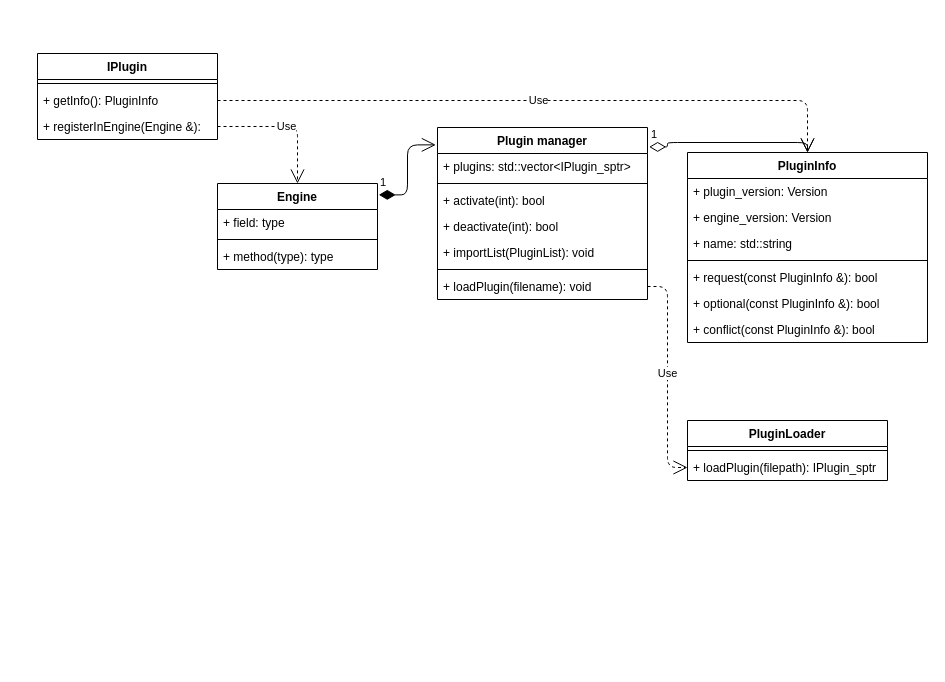
Earlier version of the draw.io diagram Plugins.drawio (iliser/pet). Source tidied: cells renumbered, new cells numbered last; positions are measured from the earlier drawing's top-left corner, leaving out a move shared by most shapes. Both pictures are drawn from the tidied source at 100%, with x=0, y=0 at pixel (37, 53).
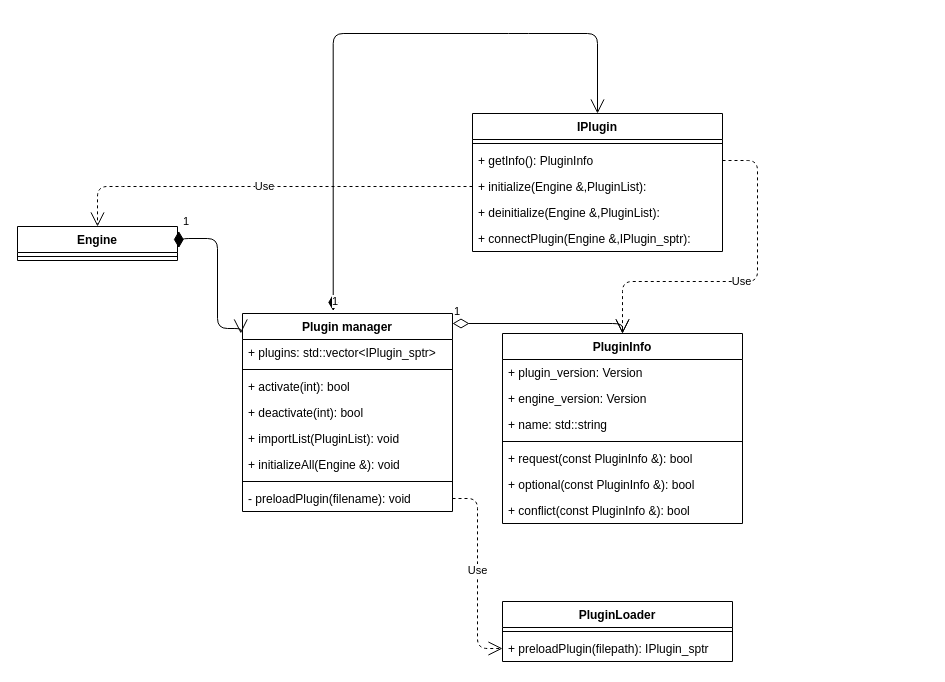
The same diagram, later.

Change to the diagram source:
```diff
@@
     <mxCell id="2" value="PluginInfo" style="swimlane;fontStyle=1;align=center;verticalAlign=top;horizontal=1;startSize=26;" parent="1" vertex="1">
-      <mxGeometry x="650" y="99" width="240" height="190" as="geometry" />
+      <mxGeometry x="465" y="280" width="240" height="190" as="geometry" />
     </mxCell>
@@
-    <mxCell id="10" value="IPlugin" style="swimlane;fontStyle=1;align=center;verticalAlign=top;horizontal=1;startSize=26;" parent="1" vertex="1">
-      <mxGeometry width="180" height="86" as="geometry" />
+    <mxCell id="10" value="IPlugin" style="swimlane;fontStyle=1;align=center;verticalAlign=top;horizontal=1;startSize=26;swimlaneFillColor=none;gradientColor=none;" parent="1" vertex="1">
+      <mxGeometry x="435" y="60" width="250" height="138" as="geometry" />
     </mxCell>
-    <mxCell id="11" style="line;strokeWidth=1;fillColor=none;align=left;verticalAlign=middle;spacingTop=-1;spacingLeft=3;spacingRight=3;labelPosition=right;" parent="10" vertex="1">
-      <mxGeometry y="26" width="180" height="8" as="geometry" />
+    <mxCell id="11" style="line;strokeWidth=1;align=left;verticalAlign=middle;spacingTop=-1;spacingLeft=3;spacingRight=3;labelPosition=right;" parent="10" vertex="1">
+      <mxGeometry y="26" width="250" height="8" as="geometry" />
     </mxCell>
-    <mxCell id="12" value="+ getInfo(): PluginInfo" style="text;strokeColor=none;fillColor=none;align=left;verticalAlign=top;spacingLeft=4;spacingRight=4;overflow=hidden;points=[[0,0.5],[1,0.5]];portConstraint=eastwest;" parent="10" vertex="1">
-      <mxGeometry y="34" width="180" height="26" as="geometry" />
+    <mxCell id="12" value="+ getInfo(): PluginInfo" style="text;align=left;verticalAlign=top;spacingLeft=4;spacingRight=4;overflow=hidden;points=[[0,0.5],[1,0.5]];portConstraint=eastwest;" parent="10" vertex="1">
+      <mxGeometry y="34" width="250" height="26" as="geometry" />
     </mxCell>
-    <mxCell id="13" value="+ registerInEngine(Engine &amp;):" style="text;strokeColor=none;fillColor=none;align=left;verticalAlign=top;spacingLeft=4;spacingRight=4;overflow=hidden;points=[[0,0.5],[1,0.5]];portConstraint=eastwest;" parent="10" vertex="1">
-      <mxGeometry y="60" width="180" height="26" as="geometry" />
+    <mxCell id="13" value="+ initialize(Engine &amp;,PluginList):" style="text;strokeColor=none;fillColor=none;align=left;verticalAlign=top;spacingLeft=4;spacingRight=4;overflow=hidden;points=[[0,0.5],[1,0.5]];portConstraint=eastwest;" parent="10" vertex="1">
+      <mxGeometry y="60" width="250" height="26" as="geometry" />
     </mxCell>
+    <mxCell id="34" value="+ deinitialize(Engine &amp;,PluginList):" style="text;strokeColor=none;fillColor=none;align=left;verticalAlign=top;spacingLeft=4;spacingRight=4;overflow=hidden;" parent="10" vertex="1">
+      <mxGeometry y="86" width="250" height="26" as="geometry" />
+    </mxCell>
+    <mxCell id="35" value="+ connectPlugin(Engine &amp;,IPlugin_sptr):&#10;&#10;" style="text;strokeColor=none;fillColor=none;align=left;verticalAlign=top;spacingLeft=4;spacingRight=4;overflow=hidden;" parent="10" vertex="1">
+      <mxGeometry y="112" width="250" height="26" as="geometry" />
+    </mxCell>
     <mxCell id="14" value="Use" style="endArrow=open;endSize=12;dashed=1;html=1;exitX=1;exitY=0.5;exitDx=0;exitDy=0;entryX=0.5;entryY=0;entryDx=0;entryDy=0;" parent="1" edge="1" source="12" target="2">
       <mxGeometry relative="1" as="geometry">
         <Array as="points">
-          <mxPoint x="770" y="47" />
+          <mxPoint x="720" y="107" />
+          <mxPoint x="720" y="228" />
+          <mxPoint x="585" y="228" />
         </Array>
       </mxGeometry>
     </mxCell>
     <mxCell id="15" value="Engine" style="swimlane;fontStyle=1;align=center;verticalAlign=top;horizontal=1;startSize=26;" parent="1" vertex="1">
-      <mxGeometry x="180" y="130" width="160" height="86" as="geometry" />
+      <mxGeometry x="-20" y="173" width="160" height="34" as="geometry" />
     </mxCell>
-    <mxCell id="16" value="+ field: type" style="text;strokeColor=none;fillColor=none;align=left;verticalAlign=top;spacingLeft=4;spacingRight=4;overflow=hidden;" parent="15" vertex="1">
-      <mxGeometry y="26" width="160" height="26" as="geometry" />
-    </mxCell>
     <mxCell id="17" style="line;strokeWidth=1;fillColor=none;align=left;verticalAlign=middle;spacingTop=-1;spacingLeft=3;spacingRight=3;labelPosition=right;" parent="15" vertex="1">
-      <mxGeometry y="52" width="160" height="8" as="geometry" />
+      <mxGeometry y="26" width="160" height="8" as="geometry" />
     </mxCell>
-    <mxCell id="18" value="+ method(type): type" style="text;strokeColor=none;fillColor=none;align=left;verticalAlign=top;spacingLeft=4;spacingRight=4;overflow=hidden;" parent="15" vertex="1">
-      <mxGeometry y="60" width="160" height="26" as="geometry" />
-    </mxCell>
-    <mxCell id="19" value="Use" style="endArrow=open;endSize=12;dashed=1;html=1;exitX=1;exitY=0.5;exitDx=0;exitDy=0;entryX=0.5;entryY=0;entryDx=0;entryDy=0;" parent="1" edge="1" source="13" target="15">
+    <mxCell id="19" value="Use" style="endArrow=open;endSize=12;dashed=1;html=1;exitX=0;exitY=0.5;exitDx=0;exitDy=0;entryX=0.5;entryY=0;entryDx=0;entryDy=0;" parent="1" edge="1" source="13" target="15">
       <mxGeometry relative="1" as="geometry">
         <Array as="points">
-          <mxPoint x="260" y="73" />
+          <mxPoint x="95" y="133" />
+          <mxPoint x="60" y="133" />
         </Array>
       </mxGeometry>
     </mxCell>
     <mxCell id="20" value="Plugin manager" style="swimlane;fontStyle=1;align=center;verticalAlign=top;horizontal=1;startSize=26;" parent="1" vertex="1">
-      <mxGeometry x="400" y="74" width="210" height="172" as="geometry" />
+      <mxGeometry x="205" y="260" width="210" height="198" as="geometry" />
     </mxCell>
@@
+    <mxCell id="36" value="+ initializeAll(Engine &amp;): void" style="text;strokeColor=none;fillColor=none;align=left;verticalAlign=top;spacingLeft=4;spacingRight=4;overflow=hidden;" parent="20" vertex="1">
+      <mxGeometry y="138" width="210" height="26" as="geometry" />
+    </mxCell>
     <mxCell id="26" style="line;strokeWidth=1;fillColor=none;align=left;verticalAlign=middle;spacingTop=-1;spacingLeft=3;spacingRight=3;labelPosition=right;" parent="20" vertex="1">
-      <mxGeometry y="138" width="210" height="8" as="geometry" />
+      <mxGeometry y="164" width="210" height="8" as="geometry" />
     </mxCell>
-    <mxCell id="27" value="+ loadPlugin(filename): void" style="text;strokeColor=none;fillColor=none;align=left;verticalAlign=top;spacingLeft=4;spacingRight=4;overflow=hidden;points=[[0,0.5],[1,0.5]];portConstraint=eastwest;" parent="20" vertex="1">
-      <mxGeometry y="146" width="210" height="26" as="geometry" />
+    <mxCell id="27" value="- preloadPlugin(filename): void" style="text;strokeColor=none;fillColor=none;align=left;verticalAlign=top;spacingLeft=4;spacingRight=4;overflow=hidden;points=[[0,0.5],[1,0.5]];portConstraint=eastwest;" parent="20" vertex="1">
+      <mxGeometry y="172" width="210" height="26" as="geometry" />
     </mxCell>
     <mxCell id="28" value="1" style="endArrow=open;html=1;endSize=12;startArrow=diamondThin;startSize=14;startFill=1;edgeStyle=orthogonalEdgeStyle;align=left;verticalAlign=bottom;exitX=1.008;exitY=0.132;exitDx=0;exitDy=0;exitPerimeter=0;entryX=-0.008;entryY=0.101;entryDx=0;entryDy=0;entryPerimeter=0;" parent="1" edge="1" source="15" target="20">
-      <mxGeometry x="-1" y="3" relative="1" as="geometry" />
+      <mxGeometry x="-1" y="3" relative="1" as="geometry">
+        <Array as="points">
+          <mxPoint x="180" y="185" />
+          <mxPoint x="180" y="275" />
+        </Array>
+      </mxGeometry>
     </mxCell>
-    <mxCell id="29" value="1" style="endArrow=open;html=1;endSize=12;startArrow=diamondThin;startSize=14;startFill=0;edgeStyle=orthogonalEdgeStyle;align=left;verticalAlign=bottom;entryX=0.5;entryY=0;entryDx=0;entryDy=0;exitX=1.008;exitY=0.113;exitDx=0;exitDy=0;exitPerimeter=0;" parent="1" edge="1" source="20" target="2">
-      <mxGeometry x="-1" y="3" relative="1" as="geometry" />
+    <mxCell id="29" value="1" style="endArrow=open;html=1;endSize=12;startArrow=diamondThin;startSize=14;startFill=0;edgeStyle=orthogonalEdgeStyle;align=left;verticalAlign=bottom;entryX=0.5;entryY=0;entryDx=0;entryDy=0;" parent="1" edge="1" source="20" target="2">
+      <mxGeometry x="-1" y="3" relative="1" as="geometry">
+        <Array as="points">
+          <mxPoint x="585" y="270" />
+        </Array>
+      </mxGeometry>
     </mxCell>
     <mxCell id="30" value="PluginLoader" style="swimlane;fontStyle=1;align=center;verticalAlign=top;horizontal=1;startSize=26;" parent="1" vertex="1">
-      <mxGeometry x="650" y="367" width="200" height="60" as="geometry" />
+      <mxGeometry x="465" y="548" width="230" height="60" as="geometry" />
     </mxCell>
     <mxCell id="31" style="line;strokeWidth=1;fillColor=none;align=left;verticalAlign=middle;spacingTop=-1;spacingLeft=3;spacingRight=3;labelPosition=right;" parent="30" vertex="1">
-      <mxGeometry y="26" width="200" height="8" as="geometry" />
+      <mxGeometry y="26" width="230" height="8" as="geometry" />
     </mxCell>
-    <mxCell id="32" value="+ loadPlugin(filepath): IPlugin_sptr" style="text;strokeColor=none;fillColor=none;align=left;verticalAlign=top;spacingLeft=4;spacingRight=4;overflow=hidden;points=[[0,0.5],[1,0.5]];portConstraint=eastwest;" parent="30" vertex="1">
-      <mxGeometry y="34" width="200" height="26" as="geometry" />
+    <mxCell id="32" value="+ preloadPlugin(filepath): IPlugin_sptr" style="text;strokeColor=none;fillColor=none;align=left;verticalAlign=top;spacingLeft=4;spacingRight=4;overflow=hidden;points=[[0,0.5],[1,0.5]];portConstraint=eastwest;" parent="30" vertex="1">
+      <mxGeometry y="34" width="230" height="26" as="geometry" />
     </mxCell>
     <mxCell id="33" value="Use" style="endArrow=open;endSize=12;dashed=1;html=1;exitX=1;exitY=0.5;exitDx=0;exitDy=0;entryX=0;entryY=0.5;entryDx=0;entryDy=0;" parent="1" edge="1" source="27" target="32">
       <mxGeometry x="-0.03" relative="1" as="geometry">
         <Array as="points">
-          <mxPoint x="630" y="233" />
-          <mxPoint x="630" y="414" />
+          <mxPoint x="440" y="445" />
+          <mxPoint x="440" y="595" />
         </Array>
       </mxGeometry>
     </mxCell>
+    <mxCell id="37" value="1" style="endArrow=open;html=1;endSize=12;startArrow=diamondThin;startSize=14;startFill=1;edgeStyle=orthogonalEdgeStyle;align=left;verticalAlign=bottom;exitX=0.432;exitY=-0.013;exitDx=0;exitDy=0;exitPerimeter=0;entryX=0.5;entryY=0;entryDx=0;entryDy=0;" parent="1" edge="1" source="20" target="10">
+      <mxGeometry x="-1" y="3" relative="1" as="geometry">
+        <Array as="points">
+          <mxPoint x="481" y="-20" />
+          <mxPoint x="95" y="-20" />
+        </Array>
+      </mxGeometry>
+    </mxCell>
```
